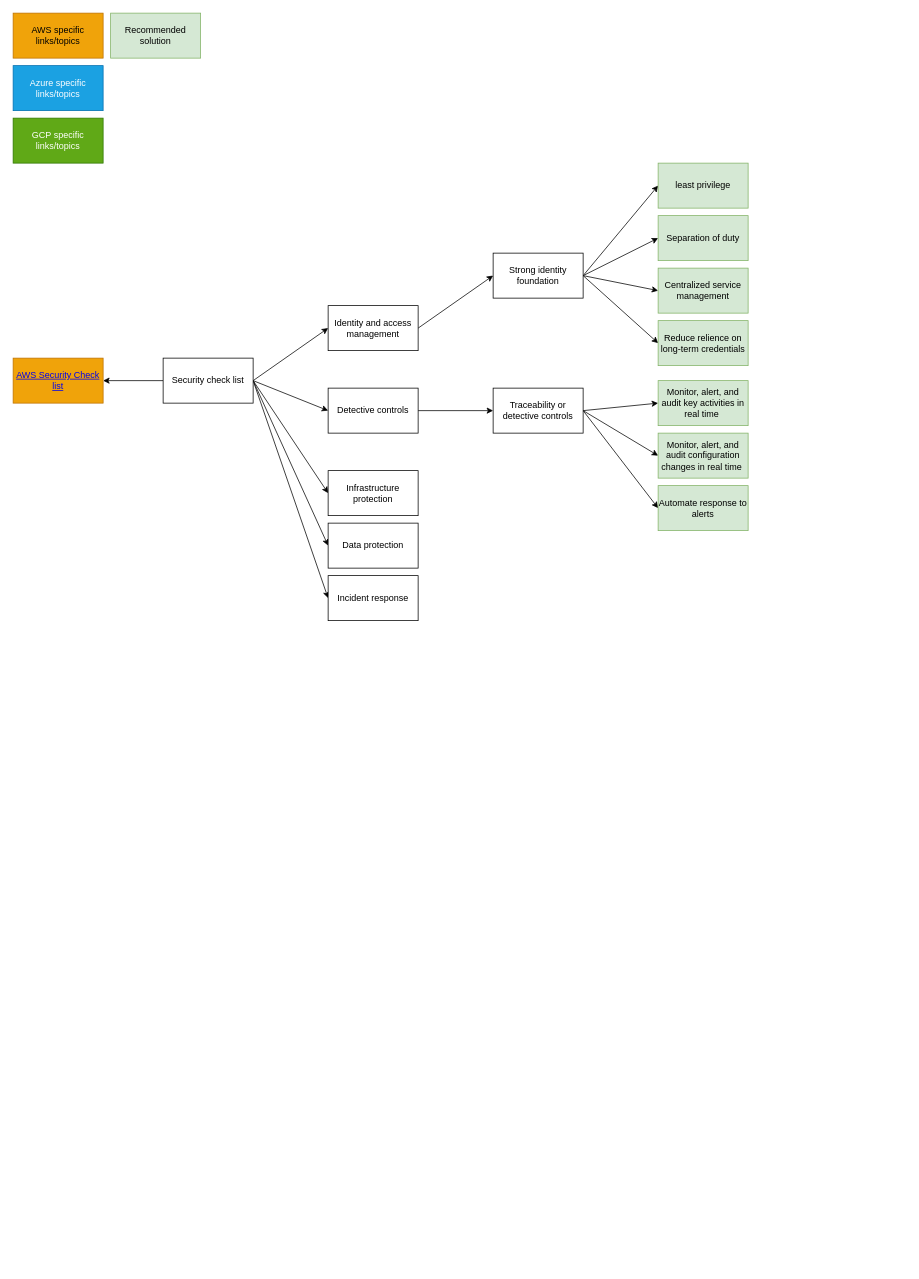
Earlier version of the draw.io diagram drawio/cloud-migration-strategie.drawio (ParisaMousavi/wordpress). Source tidied: cells renumbered, new cells numbered last; positions are measured from the earlier drawing's top-left corner, leaving out a move shared by most shapes. Both pictures are drawn from the tidied source at 75%, with x=0, y=0 at pixel (13, 13).
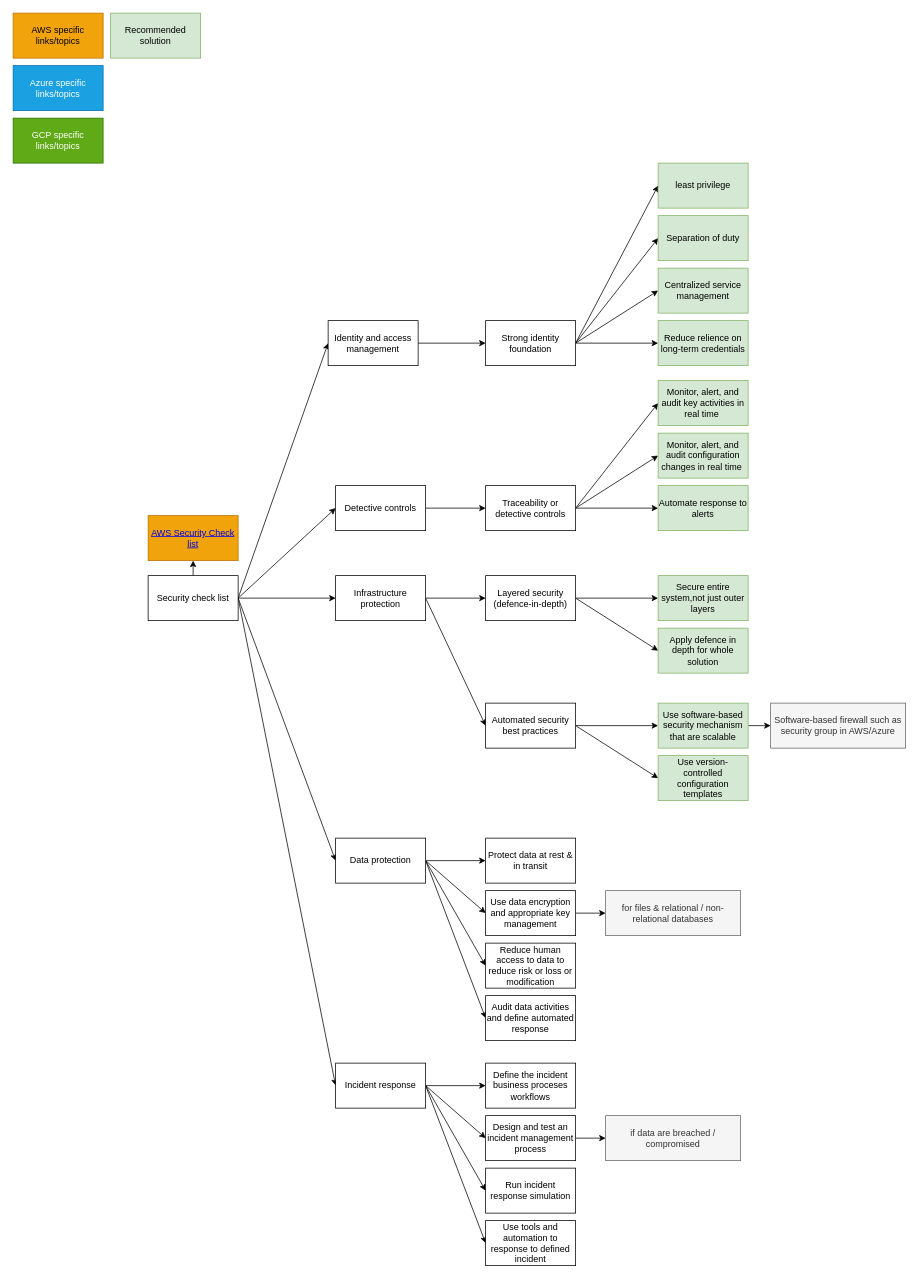
The same diagram, later.

The edit, as a diff of the source:
```diff
@@
     <mxCell id="8" value="Security check list" style="rounded=0;whiteSpace=wrap;html=1;" parent="1" vertex="1">
-      <mxGeometry x="200" y="460" width="120" height="60" as="geometry" />
+      <mxGeometry x="180" y="750" width="120" height="60" as="geometry" />
     </mxCell>
@@
     <mxCell id="10" value="Identity and access management" style="whiteSpace=wrap;html=1;rounded=0;" parent="1" vertex="1">
-      <mxGeometry x="420" y="390" width="120" height="60" as="geometry" />
+      <mxGeometry x="420" y="410" width="120" height="60" as="geometry" />
     </mxCell>
@@
     <mxCell id="12" value="Detective controls" style="whiteSpace=wrap;html=1;rounded=0;" parent="1" vertex="1">
-      <mxGeometry x="420" y="500" width="120" height="60" as="geometry" />
+      <mxGeometry x="430" y="630" width="120" height="60" as="geometry" />
     </mxCell>
+    <mxCell id="37" style="edgeStyle=none;rounded=0;jettySize=auto;html=1;exitX=1;exitY=0.5;exitDx=0;exitDy=0;entryX=0;entryY=0.5;entryDx=0;entryDy=0;" parent="1" edge="1" source="13" target="49">
+      <mxGeometry relative="1" as="geometry" />
+    </mxCell>
+    <mxCell id="38" style="edgeStyle=none;rounded=0;jettySize=auto;html=1;exitX=1;exitY=0.5;exitDx=0;exitDy=0;entryX=0;entryY=0.5;entryDx=0;entryDy=0;" parent="1" edge="1" source="13" target="52">
+      <mxGeometry relative="1" as="geometry" />
+    </mxCell>
     <mxCell id="13" value="Infrastructure protection" style="whiteSpace=wrap;html=1;rounded=0;" parent="1" vertex="1">
-      <mxGeometry x="420" y="610" width="120" height="60" as="geometry" />
+      <mxGeometry x="430" y="750" width="120" height="60" as="geometry" />
     </mxCell>
+    <mxCell id="39" style="edgeStyle=none;rounded=0;jettySize=auto;html=1;" parent="1" edge="1" source="14" target="60">
+      <mxGeometry relative="1" as="geometry" />
+    </mxCell>
+    <mxCell id="40" style="edgeStyle=none;rounded=0;jettySize=auto;html=1;exitX=1;exitY=0.5;exitDx=0;exitDy=0;entryX=0;entryY=0.5;entryDx=0;entryDy=0;" parent="1" edge="1" source="14" target="62">
+      <mxGeometry relative="1" as="geometry" />
+    </mxCell>
+    <mxCell id="41" style="edgeStyle=none;rounded=0;jettySize=auto;html=1;exitX=1;exitY=0.5;exitDx=0;exitDy=0;entryX=0;entryY=0.5;entryDx=0;entryDy=0;" parent="1" edge="1" source="14" target="64">
+      <mxGeometry relative="1" as="geometry" />
+    </mxCell>
+    <mxCell id="42" style="edgeStyle=none;rounded=0;jettySize=auto;html=1;exitX=1;exitY=0.5;exitDx=0;exitDy=0;entryX=0;entryY=0.5;entryDx=0;entryDy=0;" parent="1" edge="1" source="14" target="65">
+      <mxGeometry relative="1" as="geometry" />
+    </mxCell>
     <mxCell id="14" value="Data protection" style="whiteSpace=wrap;html=1;rounded=0;" parent="1" vertex="1">
-      <mxGeometry x="420" y="680" width="120" height="60" as="geometry" />
+      <mxGeometry x="430" y="1100" width="120" height="60" as="geometry" />
     </mxCell>
+    <mxCell id="43" style="edgeStyle=none;rounded=0;jettySize=auto;html=1;entryX=0;entryY=0.5;entryDx=0;entryDy=0;" parent="1" edge="1" source="15" target="59">
+      <mxGeometry relative="1" as="geometry" />
+    </mxCell>
+    <mxCell id="44" style="edgeStyle=none;rounded=0;jettySize=auto;html=1;exitX=1;exitY=0.5;exitDx=0;exitDy=0;entryX=0;entryY=0.5;entryDx=0;entryDy=0;" parent="1" edge="1" source="15" target="67">
+      <mxGeometry relative="1" as="geometry" />
+    </mxCell>
+    <mxCell id="45" style="edgeStyle=none;rounded=0;jettySize=auto;html=1;exitX=1;exitY=0.5;exitDx=0;exitDy=0;entryX=0;entryY=0.5;entryDx=0;entryDy=0;" parent="1" edge="1" source="15" target="69">
+      <mxGeometry relative="1" as="geometry" />
+    </mxCell>
+    <mxCell id="46" style="edgeStyle=none;rounded=0;jettySize=auto;html=1;exitX=1;exitY=0.5;exitDx=0;exitDy=0;entryX=0;entryY=0.5;entryDx=0;entryDy=0;" parent="1" edge="1" source="15" target="70">
+      <mxGeometry relative="1" as="geometry" />
+    </mxCell>
     <mxCell id="15" value="Incident response" style="whiteSpace=wrap;html=1;rounded=0;" parent="1" vertex="1">
-      <mxGeometry x="420" y="750" width="120" height="60" as="geometry" />
+      <mxGeometry x="430" y="1400" width="120" height="60" as="geometry" />
     </mxCell>
     <mxCell id="16" value="&lt;a href=&quot;https://d1.awsstatic.com/whitepapers/Security/AWS_Security_Checklist.pdf&quot;&gt;AWS Security Check list&lt;/a&gt;" style="whiteSpace=wrap;html=1;rounded=0;fillColor=#f0a30a;strokeColor=#BD7000;fontColor=#000000;" parent="1" vertex="1">
-      <mxGeometry y="460" width="120" height="60" as="geometry" />
+      <mxGeometry x="180" y="670" width="120" height="60" as="geometry" />
     </mxCell>
@@
     <mxCell id="21" value="Strong identity foundation" style="whiteSpace=wrap;html=1;rounded=0;" parent="1" vertex="1">
-      <mxGeometry x="640" y="320" width="120" height="60" as="geometry" />
+      <mxGeometry x="630" y="410" width="120" height="60" as="geometry" />
     </mxCell>
@@
     <mxCell id="33" value="Traceability or detective controls" style="whiteSpace=wrap;html=1;rounded=0;" parent="1" vertex="1">
-      <mxGeometry x="640" y="500" width="120" height="60" as="geometry" />
+      <mxGeometry x="630" y="630" width="120" height="60" as="geometry" />
     </mxCell>
@@
+    <mxCell id="47" style="edgeStyle=none;rounded=0;jettySize=auto;html=1;exitX=1;exitY=0.5;exitDx=0;exitDy=0;entryX=0;entryY=0.5;entryDx=0;entryDy=0;" parent="1" edge="1" source="49" target="53">
+      <mxGeometry relative="1" as="geometry" />
+    </mxCell>
+    <mxCell id="48" style="edgeStyle=none;rounded=0;jettySize=auto;html=1;exitX=1;exitY=0.5;exitDx=0;exitDy=0;entryX=0;entryY=0.5;entryDx=0;entryDy=0;" parent="1" edge="1" source="49" target="54">
+      <mxGeometry relative="1" as="geometry" />
+    </mxCell>
+    <mxCell id="49" value="Layered security (defence-in-depth)" style="whiteSpace=wrap;html=1;rounded=0;" parent="1" vertex="1">
+      <mxGeometry x="630" y="750" width="120" height="60" as="geometry" />
+    </mxCell>
+    <mxCell id="50" style="edgeStyle=none;rounded=0;jettySize=auto;html=1;exitX=1;exitY=0.5;exitDx=0;exitDy=0;entryX=0;entryY=0.5;entryDx=0;entryDy=0;" parent="1" edge="1" source="52" target="56">
+      <mxGeometry relative="1" as="geometry" />
+    </mxCell>
+    <mxCell id="51" style="edgeStyle=none;rounded=0;jettySize=auto;html=1;exitX=1;exitY=0.5;exitDx=0;exitDy=0;entryX=0;entryY=0.5;entryDx=0;entryDy=0;" parent="1" edge="1" source="52" target="58">
+      <mxGeometry relative="1" as="geometry" />
+    </mxCell>
+    <mxCell id="52" value="Automated security best practices" style="whiteSpace=wrap;html=1;rounded=0;" parent="1" vertex="1">
+      <mxGeometry x="630" y="920" width="120" height="60" as="geometry" />
+    </mxCell>
+    <mxCell id="53" value="Secure entire system,not just outer layers" style="whiteSpace=wrap;html=1;rounded=0;fillColor=#d5e8d4;strokeColor=#82b366;" parent="1" vertex="1">
+      <mxGeometry x="860" y="750" width="120" height="60" as="geometry" />
+    </mxCell>
+    <mxCell id="54" value="Apply defence in depth for whole solution" style="whiteSpace=wrap;html=1;rounded=0;fillColor=#d5e8d4;strokeColor=#82b366;" parent="1" vertex="1">
+      <mxGeometry x="860" y="820" width="120" height="60" as="geometry" />
+    </mxCell>
+    <mxCell id="55" style="edgeStyle=none;rounded=0;jettySize=auto;html=1;exitX=1;exitY=0.5;exitDx=0;exitDy=0;entryX=0;entryY=0.5;entryDx=0;entryDy=0;" parent="1" edge="1" source="56" target="57">
+      <mxGeometry relative="1" as="geometry" />
+    </mxCell>
+    <mxCell id="56" value="Use software-based security mechanism that are scalable" style="whiteSpace=wrap;html=1;rounded=0;fillColor=#d5e8d4;strokeColor=#82b366;" parent="1" vertex="1">
+      <mxGeometry x="860" y="920" width="120" height="60" as="geometry" />
+    </mxCell>
+    <mxCell id="57" value="Software-based firewall such as security group in AWS/Azure" style="text;html=1;strokeColor=#666666;fillColor=#f5f5f5;align=center;verticalAlign=middle;whiteSpace=wrap;rounded=0;fontColor=#333333;" parent="1" vertex="1">
+      <mxGeometry x="1010" y="920" width="180" height="60" as="geometry" />
+    </mxCell>
+    <mxCell id="58" value="Use version-controlled configuration templates" style="whiteSpace=wrap;html=1;rounded=0;fillColor=#d5e8d4;strokeColor=#82b366;" parent="1" vertex="1">
+      <mxGeometry x="860" y="990" width="120" height="60" as="geometry" />
+    </mxCell>
+    <mxCell id="59" value="Define the incident business proceses workflows" style="whiteSpace=wrap;html=1;rounded=0;" parent="1" vertex="1">
+      <mxGeometry x="630" y="1400" width="120" height="60" as="geometry" />
+    </mxCell>
+    <mxCell id="60" value="Protect data at rest &amp;amp; in transit" style="whiteSpace=wrap;html=1;rounded=0;" parent="1" vertex="1">
+      <mxGeometry x="630" y="1100" width="120" height="60" as="geometry" />
+    </mxCell>
+    <mxCell id="61" style="edgeStyle=none;rounded=0;jettySize=auto;html=1;exitX=1;exitY=0.5;exitDx=0;exitDy=0;entryX=0;entryY=0.5;entryDx=0;entryDy=0;" parent="1" edge="1" source="62" target="63">
+      <mxGeometry relative="1" as="geometry" />
+    </mxCell>
+    <mxCell id="62" value="Use data encryption and appropriate key management" style="whiteSpace=wrap;html=1;rounded=0;" parent="1" vertex="1">
+      <mxGeometry x="630" y="1170" width="120" height="60" as="geometry" />
+    </mxCell>
+    <mxCell id="63" value="for files &amp;amp; relational / non-relational databases" style="text;html=1;strokeColor=#666666;fillColor=#f5f5f5;align=center;verticalAlign=middle;whiteSpace=wrap;rounded=0;fontColor=#333333;" parent="1" vertex="1">
+      <mxGeometry x="790" y="1170" width="180" height="60" as="geometry" />
+    </mxCell>
+    <mxCell id="64" value="Reduce human access to data to reduce risk or loss or modification" style="whiteSpace=wrap;html=1;rounded=0;" parent="1" vertex="1">
+      <mxGeometry x="630" y="1240" width="120" height="60" as="geometry" />
+    </mxCell>
+    <mxCell id="65" value="Audit data activities and define automated response" style="whiteSpace=wrap;html=1;rounded=0;" parent="1" vertex="1">
+      <mxGeometry x="630" y="1310" width="120" height="60" as="geometry" />
+    </mxCell>
+    <mxCell id="66" style="edgeStyle=none;rounded=0;jettySize=auto;html=1;exitX=1;exitY=0.5;exitDx=0;exitDy=0;entryX=0;entryY=0.5;entryDx=0;entryDy=0;" parent="1" edge="1" source="67" target="68">
+      <mxGeometry relative="1" as="geometry" />
+    </mxCell>
+    <mxCell id="67" value="Design and test an incident management process" style="whiteSpace=wrap;html=1;rounded=0;" parent="1" vertex="1">
+      <mxGeometry x="630" y="1470" width="120" height="60" as="geometry" />
+    </mxCell>
+    <mxCell id="68" value="if data are breached / compromised" style="text;html=1;strokeColor=#666666;fillColor=#f5f5f5;align=center;verticalAlign=middle;whiteSpace=wrap;rounded=0;fontColor=#333333;" parent="1" vertex="1">
+      <mxGeometry x="790" y="1470" width="180" height="60" as="geometry" />
+    </mxCell>
+    <mxCell id="69" value="Run incident response simulation" style="whiteSpace=wrap;html=1;rounded=0;" parent="1" vertex="1">
+      <mxGeometry x="630" y="1540" width="120" height="60" as="geometry" />
+    </mxCell>
+    <mxCell id="70" value="Use tools and automation to response to defined incident" style="whiteSpace=wrap;html=1;rounded=0;" parent="1" vertex="1">
+      <mxGeometry x="630" y="1610" width="120" height="60" as="geometry" />
+    </mxCell>
```
